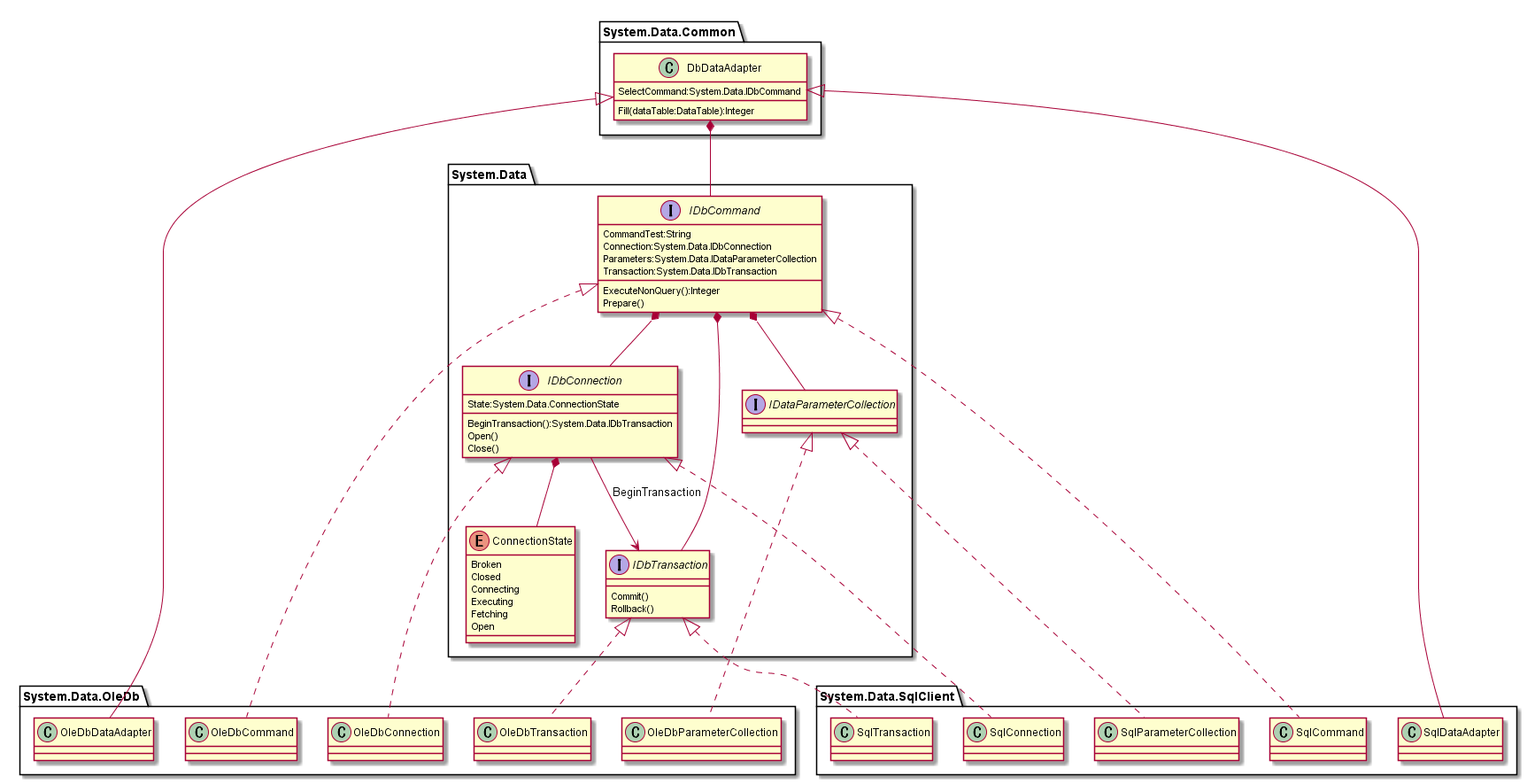
hirorich/CommonTool keeps this PlantUML diagram as doc/ClassDiagram/DB_DotNetFramework.png. Above is the earlier version. The source it was exported from:
```plantuml
@startuml DB_DotNetFramework.png

interface System.Data.IDbConnection {
  State:System.Data.ConnectionState

  BeginTransaction():System.Data.IDbTransaction
  Open()
  Close()
}
System.Data.IDbConnection <|.. System.Data.SqlClient.SqlConnection
System.Data.IDbConnection <|.. System.Data.OleDb.OleDbConnection

interface System.Data.IDbTransaction {
  Commit()
  Rollback()
}
System.Data.IDbTransaction <|.. System.Data.SqlClient.SqlTransaction
System.Data.IDbTransaction <|.. System.Data.OleDb.OleDbTransaction

class System.Data.Common.DbDataAdapter {
  SelectCommand:System.Data.IDbCommand

  Fill(dataTable:DataTable):Integer
}
System.Data.Common.DbDataAdapter <|-- System.Data.SqlClient.SqlDataAdapter
System.Data.Common.DbDataAdapter <|-- System.Data.OleDb.OleDbDataAdapter

interface System.Data.IDbCommand {
  CommandTest:String
  Connection:System.Data.IDbConnection
  Parameters:System.Data.IDataParameterCollection
  Transaction:System.Data.IDbTransaction

  ExecuteNonQuery():Integer
  Prepare()
}
System.Data.IDbCommand <|.. System.Data.SqlClient.SqlCommand
System.Data.IDbCommand <|.. System.Data.OleDb.OleDbCommand

interface System.Data.IDataParameterCollection
System.Data.IDataParameterCollection <|.. System.Data.SqlClient.SqlParameterCollection
System.Data.IDataParameterCollection <|.. System.Data.OleDb.OleDbParameterCollection

enum System.Data.ConnectionState {
  Broken
  Closed
  Connecting
  Executing
  Fetching
  Open
}



System.Data.IDbConnection --> System.Data.IDbTransaction:BeginTransaction
System.Data.IDbConnection *-- System.Data.ConnectionState
System.Data.IDbCommand *-- System.Data.IDbConnection
System.Data.IDbCommand *-- System.Data.IDataParameterCollection
System.Data.IDbCommand *-- System.Data.IDbTransaction
System.Data.Common.DbDataAdapter *-- System.Data.IDbCommand

@enduml
```
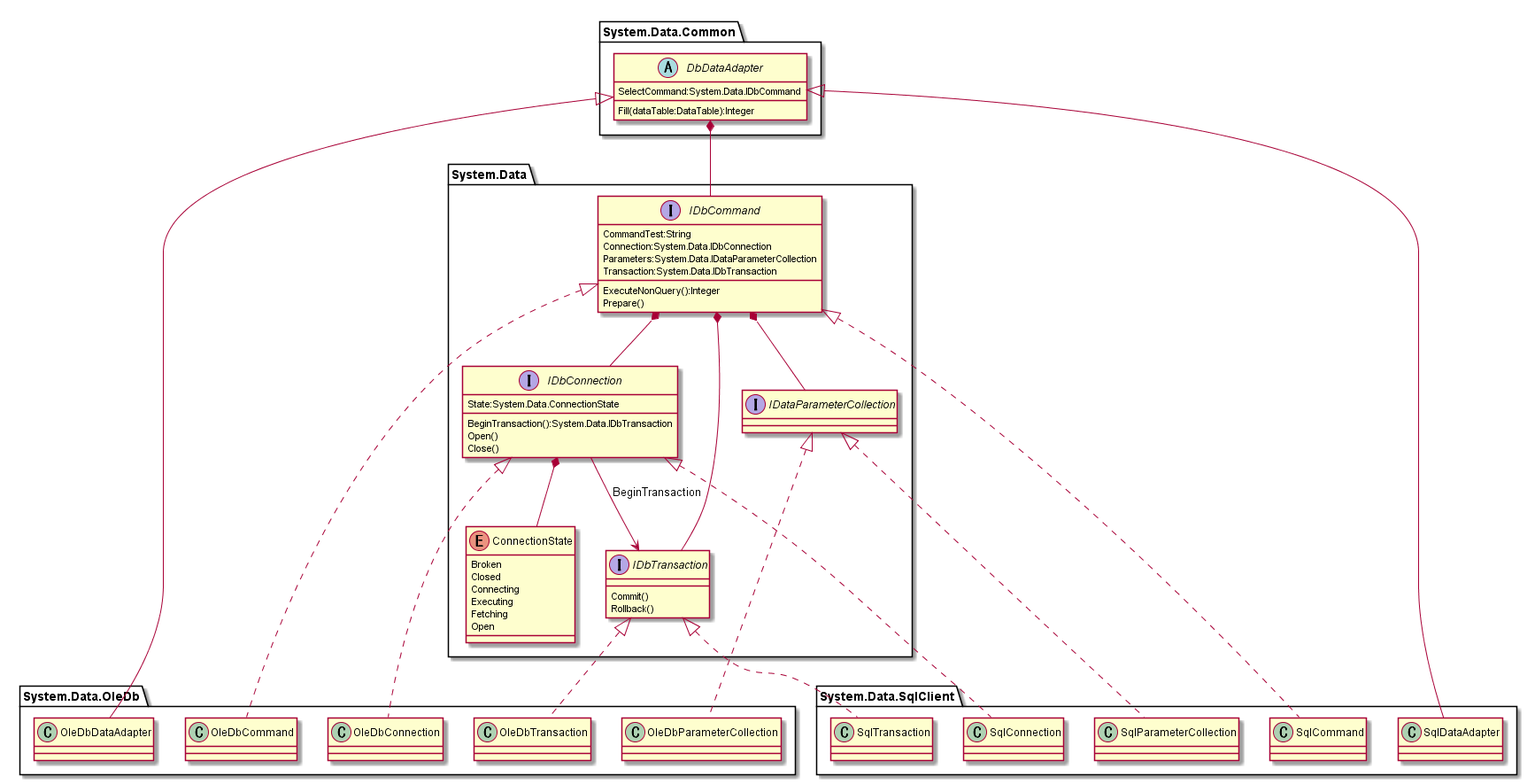
Above is the later version.

Commit message:
クラス図の微修正

The edit, as a diff of the source:
```diff
@@ -17,7 +17,7 @@
 System.Data.IDbTransaction <|.. System.Data.SqlClient.SqlTransaction
 System.Data.IDbTransaction <|.. System.Data.OleDb.OleDbTransaction
 
-class System.Data.Common.DbDataAdapter {
+abstract class System.Data.Common.DbDataAdapter {
   SelectCommand:System.Data.IDbCommand
 
   Fill(dataTable:DataTable):Integer
```
